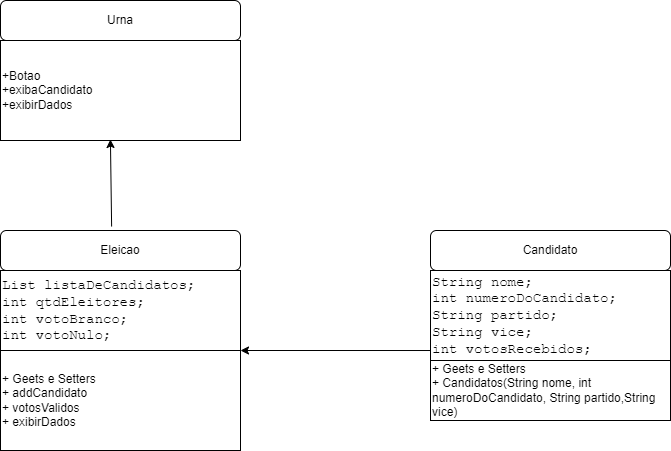
Before: img/Diagrama.png, a diagram exported from draw.io (Luidyc/UrnaJava). Source tidied: cells renumbered, new cells last; positions are measured from the earlier drawing's top-left corner, leaving out a move shared by most shapes. Source of this version:
```xml
<mxGraphModel>
  <root>
    <mxCell id="0" />
    <mxCell id="1" parent="0" />
    <mxCell id="2" value="Eleicao" style="rounded=1;whiteSpace=wrap;html=1;" parent="1" vertex="1">
      <mxGeometry y="230" width="240" height="40" as="geometry" />
    </mxCell>
    <mxCell id="3" value="&lt;pre style=&quot;user-select: text; font-family: &amp;quot;Courier New&amp;quot;, Courier, monospace, arial, sans-serif; margin-top: 0px; margin-bottom: 0px; overflow-wrap: break-word; background-color: rgb(255, 255, 255); font-size: 14px;&quot; class=&quot;a-b-r-La&quot;&gt;List listaDeCandidatos;&lt;br&gt;int qtdEleitores;&lt;br&gt;int votoBranco;&lt;br&gt;int votoNulo;&lt;/pre&gt;" style="rounded=0;whiteSpace=wrap;html=1;align=left;" parent="1" vertex="1">
      <mxGeometry y="270" width="240" height="80" as="geometry" />
    </mxCell>
    <mxCell id="4" value="+&amp;nbsp;Geets e Setters&lt;br&gt;+ addCandidato&lt;br&gt;+ votosValidos&lt;br&gt;+ exibirDados" style="rounded=0;whiteSpace=wrap;html=1;align=left;" parent="1" vertex="1">
      <mxGeometry y="350" width="240" height="100" as="geometry" />
    </mxCell>
    <mxCell id="5" style="endArrow=classic;html=1;rounded=0;entryX=1;entryY=1;entryDx=0;entryDy=0;exitX=0;exitY=0.889;exitDx=0;exitDy=0;exitPerimeter=0;" parent="1" edge="1" source="7" target="3">
      <mxGeometry relative="1" as="geometry" />
    </mxCell>
    <mxCell id="6" value="Candidato" style="rounded=1;whiteSpace=wrap;html=1;" parent="1" vertex="1">
      <mxGeometry x="430" y="230" width="240" height="40" as="geometry" />
    </mxCell>
    <mxCell id="7" value="&lt;pre style=&quot;user-select: text; font-family: &amp;quot;Courier New&amp;quot;, Courier, monospace, arial, sans-serif; margin-top: 0px; margin-bottom: 0px; overflow-wrap: break-word; background-color: rgb(255, 255, 255); font-size: 14px;&quot; class=&quot;a-b-r-La&quot;&gt;&lt;pre style=&quot;user-select: text; font-family: &amp;quot;Courier New&amp;quot;, Courier, monospace, arial, sans-serif; margin-top: 0px; margin-bottom: 0px; overflow-wrap: break-word;&quot; class=&quot;a-b-r-La&quot;&gt;String nome;&lt;br/&gt;int numeroDoCandidato;&lt;br/&gt;String partido;&lt;br/&gt;String vice;&lt;br/&gt;int votosRecebidos;&lt;/pre&gt;&lt;/pre&gt;" style="rounded=0;whiteSpace=wrap;html=1;align=left;" parent="1" vertex="1">
      <mxGeometry x="430" y="270" width="240" height="90" as="geometry" />
    </mxCell>
    <mxCell id="8" value="+&amp;nbsp;Geets e Setters&lt;br&gt;+&amp;nbsp;Candidatos(String nome, int numeroDoCandidato, String partido,String vice)" style="rounded=0;whiteSpace=wrap;html=1;align=left;" parent="1" vertex="1">
      <mxGeometry x="430" y="360" width="240" height="60" as="geometry" />
    </mxCell>
    <mxCell id="9" value="Urna" style="rounded=1;whiteSpace=wrap;html=1;" parent="1" vertex="1">
      <mxGeometry width="240" height="40" as="geometry" />
    </mxCell>
    <mxCell id="10" value="+Botao&lt;br&gt;+exibaCandidato&lt;br&gt;+exibirDados" style="rounded=0;whiteSpace=wrap;html=1;align=left;" parent="1" vertex="1">
      <mxGeometry y="40" width="240" height="100" as="geometry" />
    </mxCell>
    <mxCell id="11" style="endArrow=classic;html=1;rounded=0;entryX=0.458;entryY=0.99;entryDx=0;entryDy=0;entryPerimeter=0;exitX=0.463;exitY=-0.1;exitDx=0;exitDy=0;exitPerimeter=0;" parent="1" edge="1" source="2" target="10">
      <mxGeometry relative="1" as="geometry" />
    </mxCell>
  </root>
</mxGraphModel>
```
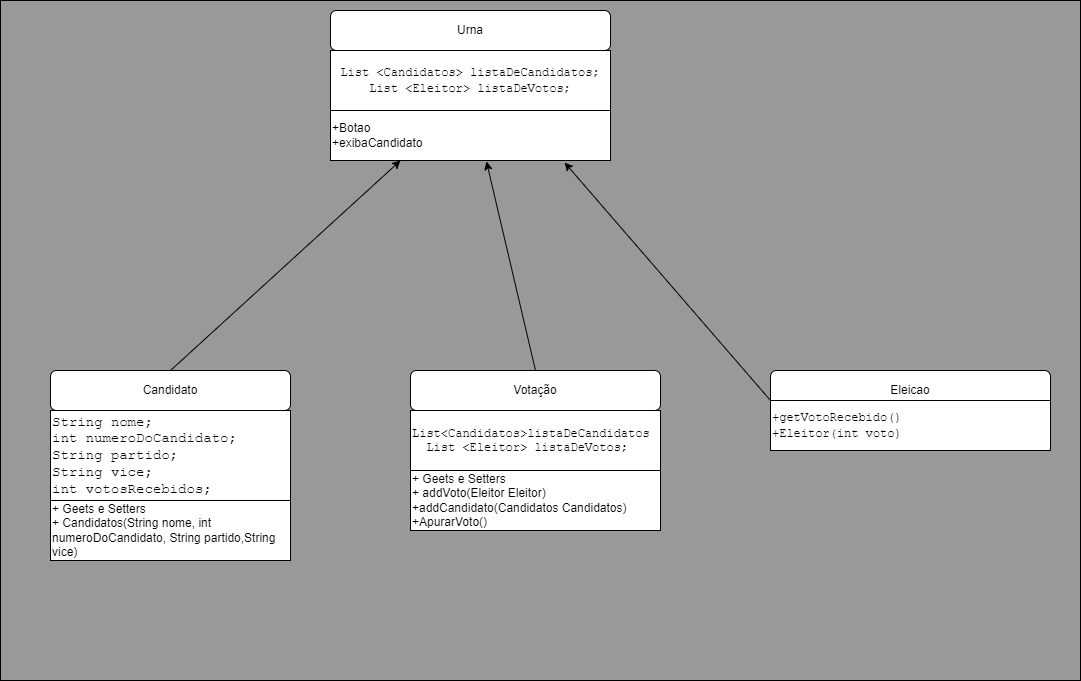
The same file after the commit.

Diff of the diagram source:
```diff
@@ -2,35 +2,50 @@
   <root>
     <mxCell id="0" />
     <mxCell id="1" parent="0" />
+    <mxCell id="12" style="rounded=0;whiteSpace=wrap;html=1;fillColor=#999999;" parent="1" vertex="1">
+      <mxGeometry x="-60" y="-60" width="1080" height="680" as="geometry" />
+    </mxCell>
     <mxCell id="2" value="Eleicao" style="rounded=1;whiteSpace=wrap;html=1;" parent="1" vertex="1">
-      <mxGeometry y="230" width="240" height="40" as="geometry" />
+      <mxGeometry x="710" y="310" width="280" height="40" as="geometry" />
     </mxCell>
-    <mxCell id="3" value="&lt;pre style=&quot;user-select: text; font-family: &amp;quot;Courier New&amp;quot;, Courier, monospace, arial, sans-serif; margin-top: 0px; margin-bottom: 0px; overflow-wrap: break-word; background-color: rgb(255, 255, 255); font-size: 14px;&quot; class=&quot;a-b-r-La&quot;&gt;List listaDeCandidatos;&lt;br&gt;int qtdEleitores;&lt;br&gt;int votoBranco;&lt;br&gt;int votoNulo;&lt;/pre&gt;" style="rounded=0;whiteSpace=wrap;html=1;align=left;" parent="1" vertex="1">
-      <mxGeometry y="270" width="240" height="80" as="geometry" />
+    <mxCell id="3" value="&lt;pre style=&quot;user-select: text; margin-top: 0px; margin-bottom: 0px; overflow-wrap: break-word; background-color: rgb(255, 255, 255);&quot; class=&quot;a-b-r-La&quot;&gt;&lt;font face=&quot;Courier New, Courier, monospace, arial, sans-serif&quot;&gt;+getVotoRecebido()&lt;br&gt;+Eleitor(int voto)&lt;br&gt;&lt;/font&gt;&lt;/pre&gt;" style="rounded=0;whiteSpace=wrap;html=1;align=left;" parent="1" vertex="1">
+      <mxGeometry x="710" y="340" width="280" height="50" as="geometry" />
     </mxCell>
-    <mxCell id="4" value="+&amp;nbsp;Geets e Setters&lt;br&gt;+ addCandidato&lt;br&gt;+ votosValidos&lt;br&gt;+ exibirDados" style="rounded=0;whiteSpace=wrap;html=1;align=left;" parent="1" vertex="1">
-      <mxGeometry y="350" width="240" height="100" as="geometry" />
-    </mxCell>
-    <mxCell id="5" style="endArrow=classic;html=1;rounded=0;entryX=1;entryY=1;entryDx=0;entryDy=0;exitX=0;exitY=0.889;exitDx=0;exitDy=0;exitPerimeter=0;" parent="1" edge="1" source="7" target="3">
+    <mxCell id="5" style="endArrow=classic;html=1;rounded=0;entryX=0.25;entryY=1;entryDx=0;entryDy=0;exitX=0.5;exitY=0;exitDx=0;exitDy=0;" parent="1" edge="1" source="6" target="10">
       <mxGeometry relative="1" as="geometry" />
     </mxCell>
     <mxCell id="6" value="Candidato" style="rounded=1;whiteSpace=wrap;html=1;" parent="1" vertex="1">
-      <mxGeometry x="430" y="230" width="240" height="40" as="geometry" />
+      <mxGeometry x="-10" y="310" width="240" height="40" as="geometry" />
     </mxCell>
     <mxCell id="7" value="&lt;pre style=&quot;user-select: text; font-family: &amp;quot;Courier New&amp;quot;, Courier, monospace, arial, sans-serif; margin-top: 0px; margin-bottom: 0px; overflow-wrap: break-word; background-color: rgb(255, 255, 255); font-size: 14px;&quot; class=&quot;a-b-r-La&quot;&gt;&lt;pre style=&quot;user-select: text; font-family: &amp;quot;Courier New&amp;quot;, Courier, monospace, arial, sans-serif; margin-top: 0px; margin-bottom: 0px; overflow-wrap: break-word;&quot; class=&quot;a-b-r-La&quot;&gt;String nome;&lt;br/&gt;int numeroDoCandidato;&lt;br/&gt;String partido;&lt;br/&gt;String vice;&lt;br/&gt;int votosRecebidos;&lt;/pre&gt;&lt;/pre&gt;" style="rounded=0;whiteSpace=wrap;html=1;align=left;" parent="1" vertex="1">
-      <mxGeometry x="430" y="270" width="240" height="90" as="geometry" />
+      <mxGeometry x="-10" y="350" width="240" height="90" as="geometry" />
     </mxCell>
     <mxCell id="8" value="+&amp;nbsp;Geets e Setters&lt;br&gt;+&amp;nbsp;Candidatos(String nome, int numeroDoCandidato, String partido,String vice)" style="rounded=0;whiteSpace=wrap;html=1;align=left;" parent="1" vertex="1">
-      <mxGeometry x="430" y="360" width="240" height="60" as="geometry" />
+      <mxGeometry x="-10" y="440" width="240" height="60" as="geometry" />
     </mxCell>
     <mxCell id="9" value="Urna" style="rounded=1;whiteSpace=wrap;html=1;" parent="1" vertex="1">
-      <mxGeometry width="240" height="40" as="geometry" />
+      <mxGeometry x="270" y="-50" width="280" height="40" as="geometry" />
     </mxCell>
-    <mxCell id="10" value="+Botao&lt;br&gt;+exibaCandidato&lt;br&gt;+exibirDados" style="rounded=0;whiteSpace=wrap;html=1;align=left;" parent="1" vertex="1">
-      <mxGeometry y="40" width="240" height="100" as="geometry" />
+    <mxCell id="10" value="+Botao&lt;br&gt;+exibaCandidato" style="rounded=0;whiteSpace=wrap;html=1;align=left;" parent="1" vertex="1">
+      <mxGeometry x="270" y="50" width="280" height="50" as="geometry" />
     </mxCell>
-    <mxCell id="11" style="endArrow=classic;html=1;rounded=0;entryX=0.458;entryY=0.99;entryDx=0;entryDy=0;entryPerimeter=0;exitX=0.463;exitY=-0.1;exitDx=0;exitDy=0;exitPerimeter=0;" parent="1" edge="1" source="2" target="10">
+    <mxCell id="11" style="endArrow=classic;html=1;rounded=0;entryX=0.836;entryY=1.04;entryDx=0;entryDy=0;exitX=0;exitY=0;exitDx=0;exitDy=0;entryPerimeter=0;" parent="1" edge="1" source="3" target="10">
       <mxGeometry relative="1" as="geometry" />
     </mxCell>
+    <mxCell id="13" value="&lt;pre style=&quot;border-color: var(--border-color); text-align: left; user-select: text; margin-top: 0px; margin-bottom: 0px; overflow-wrap: break-word; background-color: rgb(255, 255, 255);&quot; class=&quot;a-b-r-La&quot;&gt;&lt;font face=&quot;Courier New, Courier, monospace, arial, sans-serif&quot;&gt;List &amp;lt;Candidatos&amp;gt; listaDeCandidatos;&lt;br/&gt;    List &amp;lt;Eleitor&amp;gt; listaDeVotos;&lt;br&gt;&lt;/font&gt;&lt;/pre&gt;" style="rounded=0;whiteSpace=wrap;html=1;" parent="1" vertex="1">
+      <mxGeometry x="270" y="-10" width="280" height="60" as="geometry" />
+    </mxCell>
+    <mxCell id="14" value="Votação" style="rounded=1;whiteSpace=wrap;html=1;" parent="1" vertex="1">
+      <mxGeometry x="350" y="310" width="250" height="40" as="geometry" />
+    </mxCell>
+    <mxCell id="15" value="&lt;pre style=&quot;user-select: text; margin-top: 0px; margin-bottom: 0px; overflow-wrap: break-word; background-color: rgb(255, 255, 255);&quot; class=&quot;a-b-r-La&quot;&gt;&lt;pre style=&quot;user-select: text; margin-top: 0px; margin-bottom: 0px; overflow-wrap: break-word;&quot; class=&quot;a-b-r-La&quot;&gt;&lt;div style=&quot;text-align: justify;&quot;&gt;&lt;span style=&quot;font-family: &amp;quot;Courier New&amp;quot;, Courier, monospace, arial, sans-serif; white-space: normal;&quot;&gt;List&amp;lt;Candidatos&amp;gt;listaDeCandidatos&lt;/span&gt;&lt;/div&gt;&lt;font face=&quot;Courier New, Courier, monospace, arial, sans-serif&quot;&gt;&lt;div style=&quot;text-align: justify;&quot;&gt;&lt;span style=&quot;white-space: normal;&quot;&gt;&amp;nbsp; List &amp;lt;Eleitor&amp;gt; listaDeVotos;&lt;/span&gt;&lt;/div&gt;&lt;/font&gt;&lt;/pre&gt;&lt;/pre&gt;" style="rounded=0;whiteSpace=wrap;html=1;align=left;" parent="1" vertex="1">
+      <mxGeometry x="350" y="350" width="250" height="60" as="geometry" />
+    </mxCell>
+    <mxCell id="16" value="+&amp;nbsp;Geets e Setters&lt;br&gt;+&amp;nbsp;addVoto(Eleitor Eleitor)&lt;br&gt;+addCandidato(Candidatos Candidatos)&lt;br&gt;+ApurarVoto()" style="rounded=0;whiteSpace=wrap;html=1;align=left;" parent="1" vertex="1">
+      <mxGeometry x="350" y="410" width="250" height="60" as="geometry" />
+    </mxCell>
+    <mxCell id="17" style="endArrow=classic;html=1;rounded=0;entryX=0.557;entryY=1.02;entryDx=0;entryDy=0;exitX=0.5;exitY=0;exitDx=0;exitDy=0;entryPerimeter=0;" parent="1" edge="1" source="14" target="10">
+      <mxGeometry relative="1" as="geometry" />
+    </mxCell>
   </root>
 </mxGraphModel>
```
